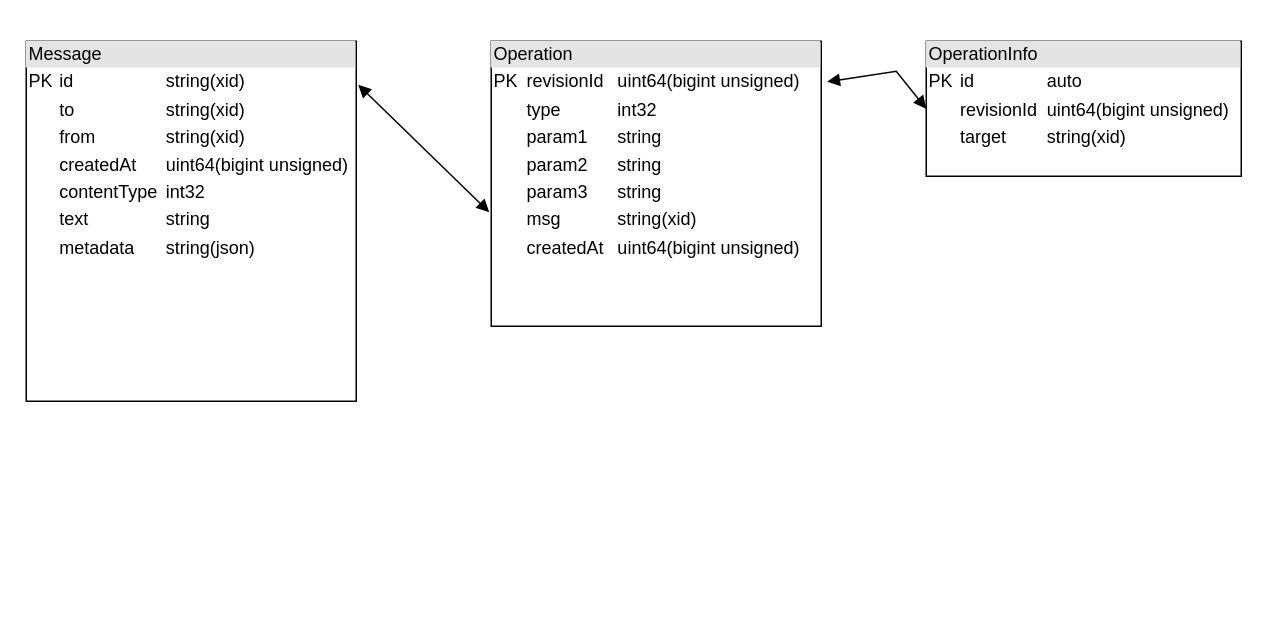
x0y14/msnger keeps this draw.io diagram as document/データ設計.drawio. Above is the earlier version. Source tidied: cells renumbered, new cells numbered last; positions are measured from the earlier drawing's top-left corner, leaving out a move shared by most shapes. Both pictures are drawn from the tidied source at 150%, with x=0, y=0 at pixel (26, 40).
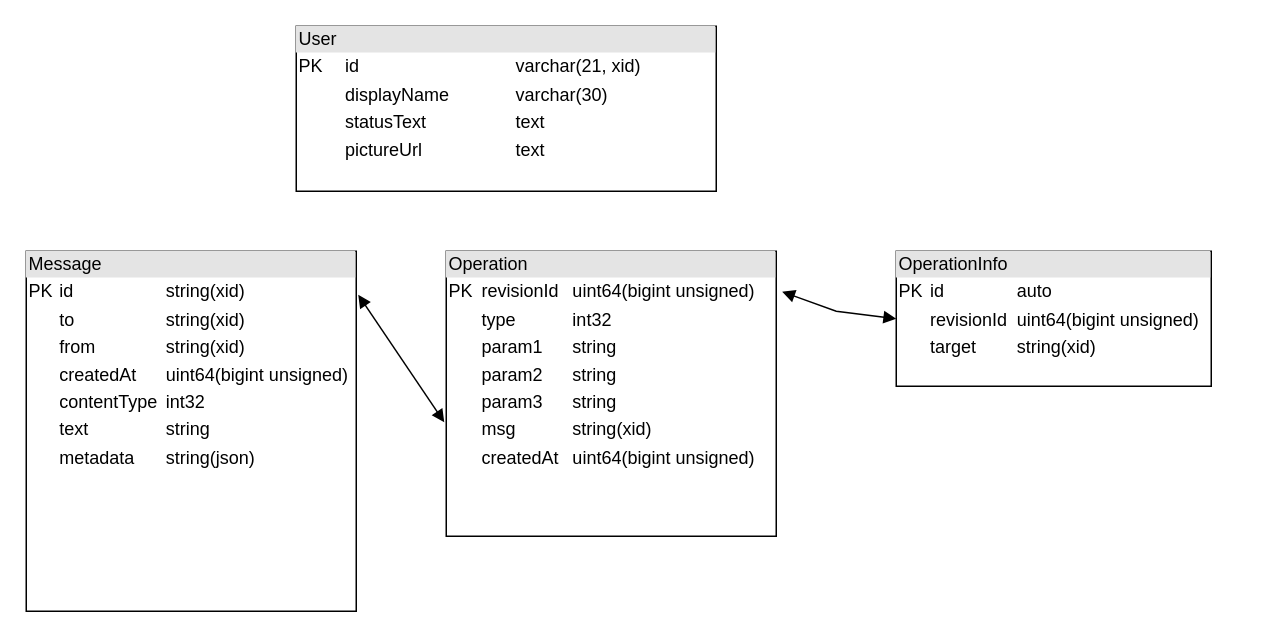
The same page after the edit.

Change to the diagram source:
```diff
@@
 <mxGraphModel>
   <root>
     <mxCell id="0" />
     <mxCell id="1" parent="0" />
     <mxCell id="2" value="&lt;div style=&quot;box-sizing: border-box ; width: 100% ; background: #e4e4e4 ; padding: 2px&quot;&gt;Operation&lt;/div&gt;&lt;table style=&quot;width: 100% ; font-size: 1em&quot; cellpadding=&quot;2&quot; cellspacing=&quot;0&quot;&gt;&lt;tbody&gt;&lt;tr&gt;&lt;td&gt;PK&lt;/td&gt;&lt;td&gt;revisionId&lt;/td&gt;&lt;td&gt;uint64(bigint unsigned)&lt;/td&gt;&lt;/tr&gt;&lt;tr&gt;&lt;td&gt;&lt;br&gt;&lt;/td&gt;&lt;td&gt;type&lt;/td&gt;&lt;td&gt;int32&lt;/td&gt;&lt;/tr&gt;&lt;tr&gt;&lt;td&gt;&lt;/td&gt;&lt;td&gt;param1&lt;/td&gt;&lt;td&gt;string&lt;/td&gt;&lt;/tr&gt;&lt;tr&gt;&lt;td&gt;&lt;br&gt;&lt;/td&gt;&lt;td&gt;param2&lt;/td&gt;&lt;td&gt;string&lt;/td&gt;&lt;/tr&gt;&lt;tr&gt;&lt;td&gt;&lt;br&gt;&lt;/td&gt;&lt;td&gt;param3&lt;/td&gt;&lt;td&gt;string&lt;/td&gt;&lt;/tr&gt;&lt;tr&gt;&lt;td&gt;&lt;br&gt;&lt;/td&gt;&lt;td&gt;msg&lt;/td&gt;&lt;td&gt;string(xid)&lt;/td&gt;&lt;/tr&gt;&lt;tr&gt;&lt;td&gt;&lt;br&gt;&lt;/td&gt;&lt;td&gt;createdAt&lt;/td&gt;&lt;td&gt;uint64(bigint unsigned)&lt;/td&gt;&lt;/tr&gt;&lt;/tbody&gt;&lt;/table&gt;" style="verticalAlign=top;align=left;overflow=fill;html=1;" parent="1" vertex="1">
-      <mxGeometry x="310" width="220" height="190" as="geometry" />
+      <mxGeometry x="280" y="140" width="220" height="190" as="geometry" />
     </mxCell>
     <mxCell id="3" value="&lt;div style=&quot;box-sizing: border-box ; width: 100% ; background: #e4e4e4 ; padding: 2px&quot;&gt;OperationInfo&lt;/div&gt;&lt;table style=&quot;width: 100% ; font-size: 1em&quot; cellpadding=&quot;2&quot; cellspacing=&quot;0&quot;&gt;&lt;tbody&gt;&lt;tr&gt;&lt;td&gt;PK&lt;/td&gt;&lt;td&gt;id&lt;/td&gt;&lt;td&gt;auto&lt;/td&gt;&lt;/tr&gt;&lt;tr&gt;&lt;td&gt;&lt;br&gt;&lt;/td&gt;&lt;td&gt;revisionId&lt;/td&gt;&lt;td&gt;uint64(bigint unsigned)&lt;/td&gt;&lt;/tr&gt;&lt;tr&gt;&lt;td&gt;&lt;/td&gt;&lt;td&gt;target&lt;/td&gt;&lt;td&gt;string(xid)&lt;/td&gt;&lt;/tr&gt;&lt;/tbody&gt;&lt;/table&gt;" style="verticalAlign=top;align=left;overflow=fill;html=1;" parent="1" vertex="1">
-      <mxGeometry x="600" width="210" height="90" as="geometry" />
+      <mxGeometry x="580" y="140" width="210" height="90" as="geometry" />
     </mxCell>
     <mxCell id="4" value="&lt;div style=&quot;box-sizing: border-box ; width: 100% ; background: #e4e4e4 ; padding: 2px&quot;&gt;Message&lt;/div&gt;&lt;table style=&quot;width: 100% ; font-size: 1em&quot; cellpadding=&quot;2&quot; cellspacing=&quot;0&quot;&gt;&lt;tbody&gt;&lt;tr&gt;&lt;td&gt;PK&lt;/td&gt;&lt;td&gt;id&lt;/td&gt;&lt;td&gt;string(xid)&lt;/td&gt;&lt;/tr&gt;&lt;tr&gt;&lt;td&gt;&lt;br&gt;&lt;/td&gt;&lt;td&gt;to&lt;/td&gt;&lt;td&gt;string(xid)&lt;/td&gt;&lt;/tr&gt;&lt;tr&gt;&lt;td&gt;&lt;/td&gt;&lt;td&gt;from&lt;/td&gt;&lt;td&gt;string(xid)&lt;/td&gt;&lt;/tr&gt;&lt;tr&gt;&lt;td&gt;&lt;br&gt;&lt;/td&gt;&lt;td&gt;createdAt&lt;/td&gt;&lt;td&gt;uint64(bigint unsigned)&lt;/td&gt;&lt;/tr&gt;&lt;tr&gt;&lt;td&gt;&lt;br&gt;&lt;/td&gt;&lt;td&gt;contentType&lt;/td&gt;&lt;td&gt;int32&lt;/td&gt;&lt;/tr&gt;&lt;tr&gt;&lt;td&gt;&lt;br&gt;&lt;/td&gt;&lt;td&gt;text&lt;/td&gt;&lt;td&gt;string&lt;/td&gt;&lt;/tr&gt;&lt;tr&gt;&lt;td&gt;&lt;br&gt;&lt;/td&gt;&lt;td&gt;metadata&lt;/td&gt;&lt;td&gt;string(json)&lt;/td&gt;&lt;/tr&gt;&lt;/tbody&gt;&lt;/table&gt;" style="verticalAlign=top;align=left;overflow=fill;html=1;" parent="1" vertex="1">
-      <mxGeometry width="220" height="240" as="geometry" />
+      <mxGeometry y="140" width="220" height="240" as="geometry" />
     </mxCell>
     <mxCell id="5" style="endArrow=block;startArrow=block;endFill=1;startFill=1;html=1;rounded=0;entryX=0;entryY=0.5;entryDx=0;entryDy=0;exitX=1.018;exitY=0.142;exitDx=0;exitDy=0;exitPerimeter=0;" parent="1" edge="1" source="2" target="3">
       <mxGeometry relative="1" as="geometry">
         <Array as="points">
-          <mxPoint x="580" y="20" />
+          <mxPoint x="540" y="180" />
         </Array>
       </mxGeometry>
     </mxCell>
     <mxCell id="6" style="endArrow=block;startArrow=block;endFill=1;startFill=1;html=1;rounded=0;entryX=-0.006;entryY=0.6;entryDx=0;entryDy=0;exitX=1.006;exitY=0.121;exitDx=0;exitDy=0;exitPerimeter=0;entryPerimeter=0;" parent="1" edge="1" source="4" target="2">
       <mxGeometry relative="1" as="geometry" />
     </mxCell>
+    <mxCell id="7" value="&lt;div style=&quot;box-sizing: border-box ; width: 100% ; background: #e4e4e4 ; padding: 2px&quot;&gt;User&lt;/div&gt;&lt;table style=&quot;width: 100% ; font-size: 1em&quot; cellpadding=&quot;2&quot; cellspacing=&quot;0&quot;&gt;&lt;tbody&gt;&lt;tr&gt;&lt;td&gt;PK&lt;/td&gt;&lt;td&gt;id&lt;/td&gt;&lt;td&gt;varchar(21, xid)&lt;/td&gt;&lt;/tr&gt;&lt;tr&gt;&lt;td&gt;&lt;br&gt;&lt;/td&gt;&lt;td&gt;displayName&lt;/td&gt;&lt;td&gt;varchar(30)&lt;/td&gt;&lt;/tr&gt;&lt;tr&gt;&lt;td&gt;&lt;/td&gt;&lt;td&gt;statusText&lt;/td&gt;&lt;td&gt;text&lt;/td&gt;&lt;/tr&gt;&lt;tr&gt;&lt;td&gt;&lt;br&gt;&lt;/td&gt;&lt;td&gt;pictureUrl&lt;/td&gt;&lt;td&gt;text&lt;/td&gt;&lt;/tr&gt;&lt;/tbody&gt;&lt;/table&gt;" style="verticalAlign=top;align=left;overflow=fill;html=1;" parent="1" vertex="1">
+      <mxGeometry x="180" y="-10" width="280" height="110" as="geometry" />
+    </mxCell>
   </root>
 </mxGraphModel>
```
